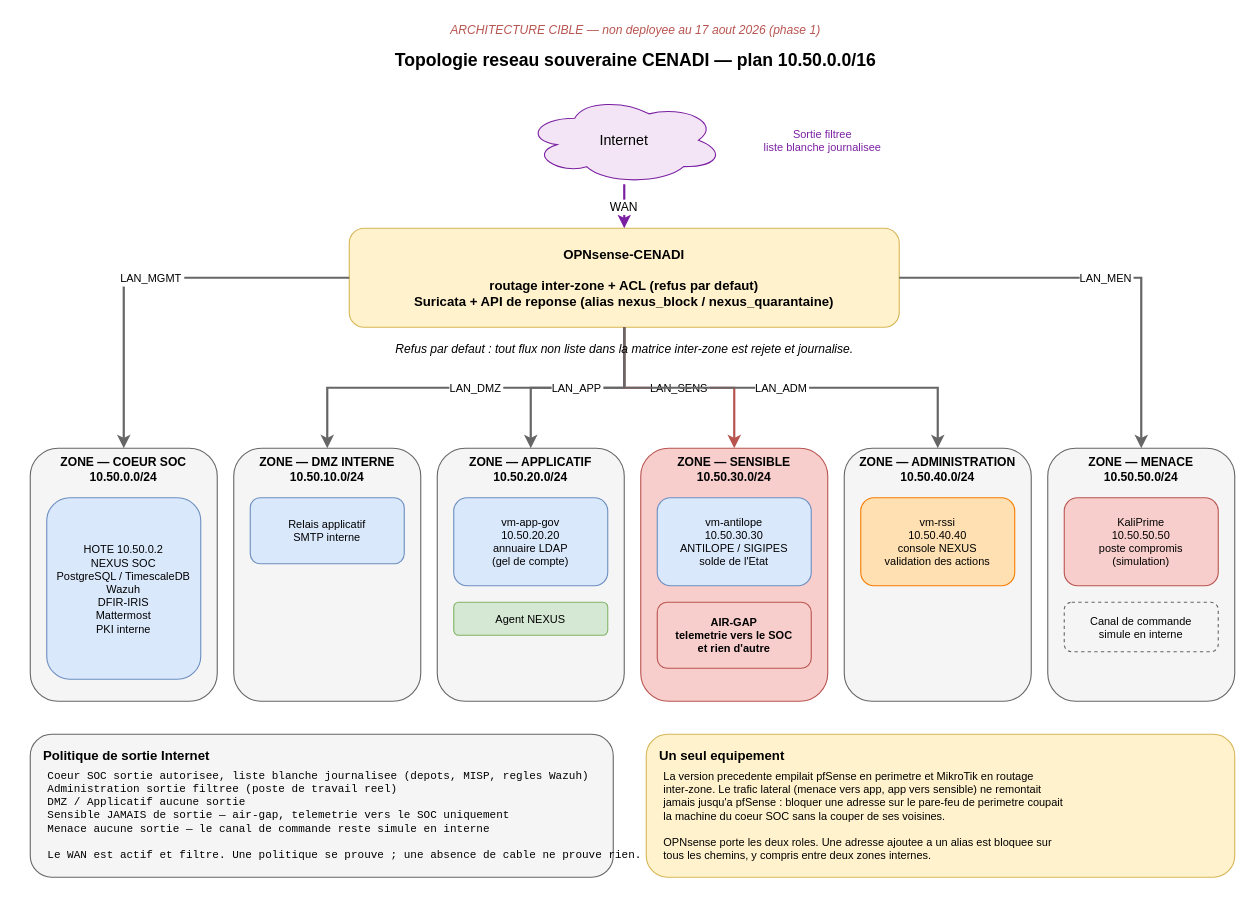
Earlier version of the draw.io diagram 00_Documents/figures/topologie-reseau-souveraine.drawio (NOX-Theteenager/NEXUS_SOC). Source tidied: cells renumbered, new cells numbered last; positions are measured from the earlier drawing's top-left corner, leaving out a move shared by most shapes. Both pictures are drawn from the tidied source at 110%, with x=0, y=0 at pixel (30, 19).
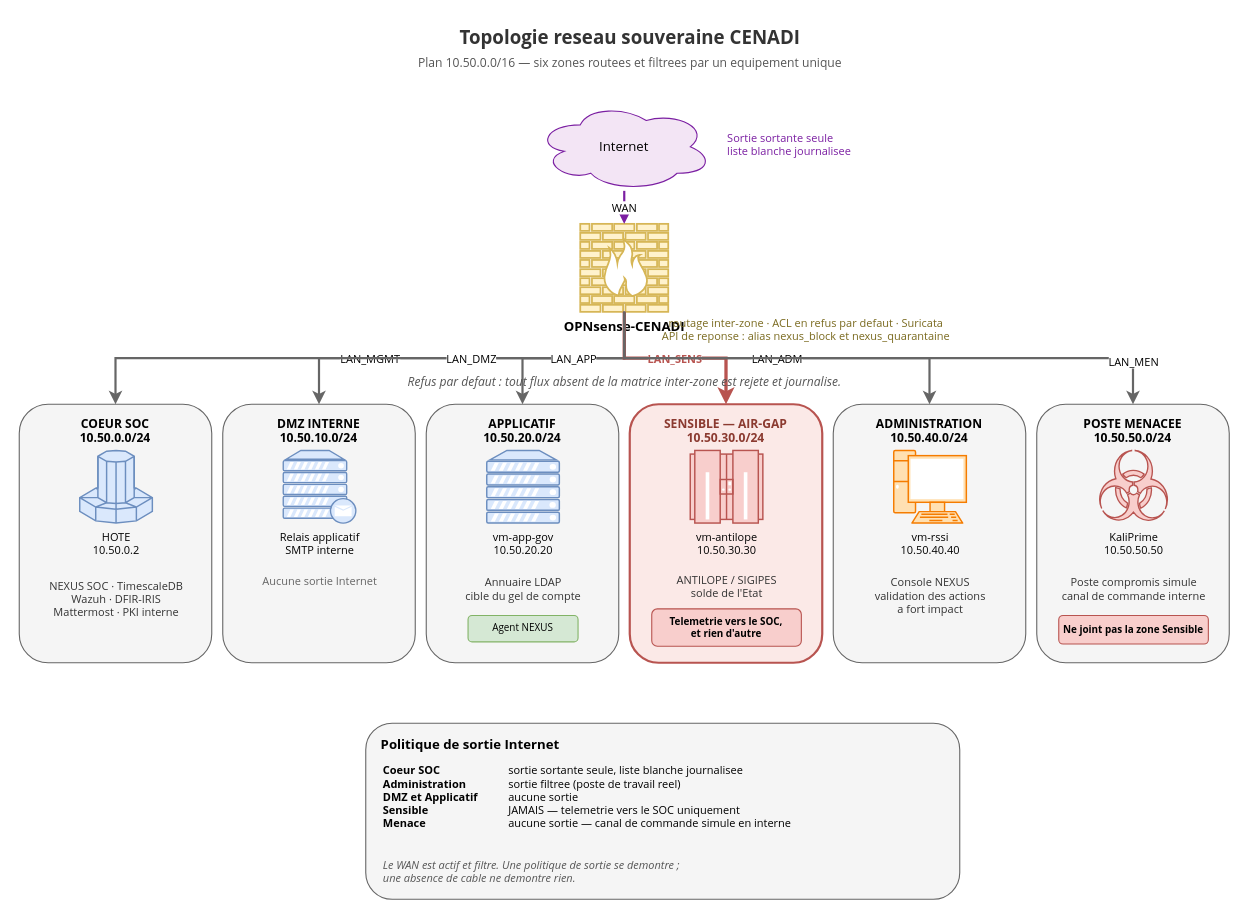
The same page after the edit.

Diff of the diagram source:
```diff
@@
-    <mxCell id="2" value="ARCHITECTURE CIBLE — non deployee au 17 aout 2026 (phase 1)" style="text;html=1;align=center;verticalAlign=middle;fontSize=11;fontStyle=2;fontColor=#b85450;" parent="1" vertex="1">
-      <mxGeometry x="300" width="500" height="20" as="geometry" />
+    <mxCell id="2" value="Topologie reseau souveraine CENADI" style="text;html=1;align=center;verticalAlign=middle;fontSize=17;fontStyle=1;fontColor=#333333;fontFamily=Segoe UI;" parent="1" vertex="1">
+      <mxGeometry x="245" y="4" width="600" height="26" as="geometry" />
     </mxCell>
-    <mxCell id="3" value="Topologie reseau souveraine CENADI — plan 10.50.0.0/16" style="text;html=1;align=center;verticalAlign=middle;fontSize=16;fontStyle=1;" parent="1" vertex="1">
-      <mxGeometry x="300" y="22" width="500" height="30" as="geometry" />
+    <mxCell id="3" value="Plan 10.50.0.0/16 — six zones routees et filtrees par un equipement unique" style="text;html=1;align=center;verticalAlign=middle;fontSize=11;fontColor=#555555;fontFamily=Segoe UI;" parent="1" vertex="1">
+      <mxGeometry x="245" y="30" width="600" height="18" as="geometry" />
     </mxCell>
-    <mxCell id="4" value="Internet" style="ellipse;shape=cloud;whiteSpace=wrap;html=1;fillColor=#f3e5f5;strokeColor=#7b1fa2;fontSize=13;" parent="1" vertex="1">
-      <mxGeometry x="450" y="70" width="180" height="80" as="geometry" />
-    </mxCell>
-    <mxCell id="5" value="Sortie filtree&#10;liste blanche journalisee" style="text;html=1;align=center;verticalAlign=middle;fontSize=10;fontColor=#7b1fa2;" parent="1" vertex="1">
-      <mxGeometry x="640" y="90" width="160" height="40" as="geometry" />
-    </mxCell>
-    <mxCell id="6" value="OPNsense-CENADI&#10;&#10;routage inter-zone + ACL (refus par defaut)&#10;Suricata + API de reponse (alias nexus_block / nexus_quarantaine)" style="rounded=1;whiteSpace=wrap;html=1;fillColor=#fff2cc;strokeColor=#d6b656;fontSize=12;fontStyle=1;verticalAlign=middle;" parent="1" vertex="1">
-      <mxGeometry x="290" y="190" width="500" height="90" as="geometry" />
-    </mxCell>
-    <mxCell id="7" value="WAN" style="edgeStyle=orthogonalEdgeStyle;rounded=0;endArrow=classic;endFill=1;strokeColor=#7b1fa2;strokeWidth=2;fontSize=11;" parent="1" edge="1" source="4" target="6">
-      <mxGeometry relative="1" as="geometry" />
-    </mxCell>
-    <mxCell id="8" value="ZONE — COEUR SOC&#10;10.50.0.0/24" style="rounded=1;whiteSpace=wrap;html=1;fillColor=#f5f5f5;strokeColor=#666666;fontSize=11;fontStyle=1;verticalAlign=top;" parent="1" vertex="1">
-      <mxGeometry y="390" width="170" height="230" as="geometry" />
+    <mxCell id="8" value="Internet" style="shape=cloud;whiteSpace=wrap;html=1;fillColor=#f3e5f5;strokeColor=#7b1fa2;fontSize=12;fontFamily=Segoe UI;" parent="1" vertex="1">
+      <mxGeometry x="460" y="76" width="160" height="80" as="geometry" />
     </mxCell>
-    <mxCell id="9" value="HOTE 10.50.0.2&#10;NEXUS SOC&#10;PostgreSQL / TimescaleDB&#10;Wazuh&#10;DFIR-IRIS&#10;Mattermost&#10;PKI interne" style="rounded=1;whiteSpace=wrap;html=1;fillColor=#dae8fc;strokeColor=#6c8ebf;fontSize=10;" parent="8" vertex="1">
-      <mxGeometry x="15" y="45" width="140" height="165" as="geometry" />
+    <mxCell id="9" value="Sortie sortante seule&#10;liste blanche journalisee" style="text;html=1;align=left;verticalAlign=middle;fontSize=10;fontColor=#7b1fa2;fontFamily=Segoe UI;" parent="1" vertex="1">
+      <mxGeometry x="632" y="96" width="170" height="34" as="geometry" />
     </mxCell>
-    <mxCell id="10" value="ZONE — DMZ INTERNE&#10;10.50.10.0/24" style="rounded=1;whiteSpace=wrap;html=1;fillColor=#f5f5f5;strokeColor=#666666;fontSize=11;fontStyle=1;verticalAlign=top;" parent="1" vertex="1">
-      <mxGeometry x="185" y="390" width="170" height="230" as="geometry" />
+    <mxCell id="10" value="OPNsense-CENADI" style="html=1;outlineConnect=0;gradientColor=none;gradientDirection=north;strokeWidth=2;verticalLabelPosition=bottom;verticalAlign=top;labelPosition=center;align=center;fontSize=12;fontStyle=1;fontFamily=Segoe UI;fillColor=#fff2cc;strokeColor=#d6b656;shape=mxgraph.networks.firewall;" parent="1" vertex="1">
+      <mxGeometry x="500" y="186" width="80" height="80" as="geometry" />
     </mxCell>
-    <mxCell id="11" value="Relais applicatif&#10;SMTP interne" style="rounded=1;whiteSpace=wrap;html=1;fillColor=#dae8fc;strokeColor=#6c8ebf;fontSize=10;" parent="10" vertex="1">
-      <mxGeometry x="15" y="45" width="140" height="60" as="geometry" />
+    <mxCell id="11" value="routage inter-zone · ACL en refus par defaut · Suricata&#10;API de reponse : alias nexus_block et nexus_quarantaine" style="text;html=1;align=center;verticalAlign=middle;fontSize=10;fontColor=#7a6a1f;fontFamily=Segoe UI;" parent="1" vertex="1">
+      <mxGeometry x="505" y="266" width="400" height="30" as="geometry" />
     </mxCell>
-    <mxCell id="12" value="ZONE — APPLICATIF&#10;10.50.20.0/24" style="rounded=1;whiteSpace=wrap;html=1;fillColor=#f5f5f5;strokeColor=#666666;fontSize=11;fontStyle=1;verticalAlign=top;" parent="1" vertex="1">
-      <mxGeometry x="370" y="390" width="170" height="230" as="geometry" />
-    </mxCell>
-    <mxCell id="13" value="vm-app-gov&#10;10.50.20.20&#10;annuaire LDAP&#10;(gel de compte)" style="rounded=1;whiteSpace=wrap;html=1;fillColor=#dae8fc;strokeColor=#6c8ebf;fontSize=10;" parent="12" vertex="1">
-      <mxGeometry x="15" y="45" width="140" height="80" as="geometry" />
-    </mxCell>
+    <mxCell id="7" value="WAN" style="edgeStyle=orthogonalEdgeStyle;rounded=0;html=1;endArrow=classic;endFill=1;strokeColor=#7b1fa2;strokeWidth=2;fontSize=10;fontFamily=Segoe UI;labelBackgroundColor=#ffffff;" parent="1" edge="1" source="8" target="10">
+      <mxGeometry relative="1" as="geometry" />
+    </mxCell>
+    <mxCell id="34" value="COEUR SOC&#10;10.50.0.0/24" style="rounded=1;whiteSpace=wrap;html=1;fillColor=#f5f5f5;strokeColor=#666666;fontSize=11;fontStyle=1;fontFamily=Segoe UI;verticalAlign=top;spacingTop=4;" parent="1" vertex="1">
+      <mxGeometry x="-10" y="350" width="175" height="235" as="geometry" />
+    </mxCell>
+    <mxCell id="35" value="HOTE&#10;10.50.0.2" style="html=1;gradientColor=none;gradientDirection=north;strokeWidth=2;verticalLabelPosition=bottom;verticalAlign=top;labelPosition=center;align=center;fontSize=10;fontFamily=Segoe UI;fillColor=#dae8fc;strokeColor=#6c8ebf;shape=mxgraph.networks.supercomputer;" parent="34" vertex="1">
+      <mxGeometry x="55" y="42" width="66" height="66" as="geometry" />
+    </mxCell>
+    <mxCell id="36" value="NEXUS SOC · TimescaleDB&#10;Wazuh · DFIR-IRIS&#10;Mattermost · PKI interne" style="text;html=1;align=center;verticalAlign=middle;fontSize=10;fontFamily=Segoe UI;fontColor=#333333;" parent="34" vertex="1">
+      <mxGeometry x="8" y="150" width="160" height="52" as="geometry" />
+    </mxCell>
+    <mxCell id="37" value="DMZ INTERNE&#10;10.50.10.0/24" style="rounded=1;whiteSpace=wrap;html=1;fillColor=#f5f5f5;strokeColor=#666666;fontSize=11;fontStyle=1;fontFamily=Segoe UI;verticalAlign=top;spacingTop=4;" parent="1" vertex="1">
+      <mxGeometry x="175" y="350" width="175" height="235" as="geometry" />
+    </mxCell>
+    <mxCell id="38" value="Relais applicatif&#10;SMTP interne" style="html=1;gradientColor=none;gradientDirection=north;strokeWidth=2;verticalLabelPosition=bottom;verticalAlign=top;labelPosition=center;align=center;fontSize=10;fontFamily=Segoe UI;fillColor=#dae8fc;strokeColor=#6c8ebf;shape=mxgraph.networks.mail_server;" parent="37" vertex="1">
+      <mxGeometry x="55" y="42" width="66" height="66" as="geometry" />
+    </mxCell>
+    <mxCell id="39" value="Aucune sortie Internet" style="text;html=1;align=center;verticalAlign=middle;fontSize=10;fontFamily=Segoe UI;fontColor=#666666;" parent="37" vertex="1">
+      <mxGeometry x="8" y="150" width="160" height="20" as="geometry" />
+    </mxCell>
+    <mxCell id="40" value="APPLICATIF&#10;10.50.20.0/24" style="rounded=1;whiteSpace=wrap;html=1;fillColor=#f5f5f5;strokeColor=#666666;fontSize=11;fontStyle=1;fontFamily=Segoe UI;verticalAlign=top;spacingTop=4;" parent="1" vertex="1">
+      <mxGeometry x="360" y="350" width="175" height="235" as="geometry" />
+    </mxCell>
+    <mxCell id="41" value="vm-app-gov&#10;10.50.20.20" style="html=1;gradientColor=none;gradientDirection=north;strokeWidth=2;verticalLabelPosition=bottom;verticalAlign=top;labelPosition=center;align=center;fontSize=10;fontFamily=Segoe UI;fillColor=#dae8fc;strokeColor=#6c8ebf;shape=mxgraph.networks.server;" parent="40" vertex="1">
+      <mxGeometry x="55" y="42" width="66" height="66" as="geometry" />
+    </mxCell>
+    <mxCell id="42" value="Annuaire LDAP&#10;cible du gel de compte" style="text;html=1;align=center;verticalAlign=middle;fontSize=10;fontFamily=Segoe UI;fontColor=#333333;" parent="40" vertex="1">
+      <mxGeometry x="8" y="150" width="160" height="34" as="geometry" />
+    </mxCell>
-    <mxCell id="14" value="Agent NEXUS" style="rounded=1;whiteSpace=wrap;html=1;fillColor=#d5e8d4;strokeColor=#82b366;fontSize=10;" parent="12" vertex="1">
-      <mxGeometry x="15" y="140" width="140" height="30" as="geometry" />
+    <mxCell id="14" value="Agent NEXUS" style="rounded=1;whiteSpace=wrap;html=1;fillColor=#d5e8d4;strokeColor=#82b366;fontSize=9;fontFamily=Segoe UI;" parent="40" vertex="1">
+      <mxGeometry x="38" y="192" width="100" height="24" as="geometry" />
     </mxCell>
-    <mxCell id="15" value="ZONE — SENSIBLE&#10;10.50.30.0/24" style="rounded=1;whiteSpace=wrap;html=1;fillColor=#f8cecc;strokeColor=#b85450;fontSize=11;fontStyle=1;verticalAlign=top;" parent="1" vertex="1">
-      <mxGeometry x="555" y="390" width="170" height="230" as="geometry" />
-    </mxCell>
-    <mxCell id="16" value="vm-antilope&#10;10.50.30.30&#10;ANTILOPE / SIGIPES&#10;solde de l'Etat" style="rounded=1;whiteSpace=wrap;html=1;fillColor=#dae8fc;strokeColor=#6c8ebf;fontSize=10;" parent="15" vertex="1">
-      <mxGeometry x="15" y="45" width="140" height="80" as="geometry" />
-    </mxCell>
-    <mxCell id="17" value="AIR-GAP&#10;telemetrie vers le SOC&#10;et rien d'autre" style="rounded=1;whiteSpace=wrap;html=1;fillColor=#f8cecc;strokeColor=#b85450;fontSize=10;fontStyle=1;" parent="15" vertex="1">
-      <mxGeometry x="15" y="140" width="140" height="60" as="geometry" />
-    </mxCell>
-    <mxCell id="18" value="ZONE — ADMINISTRATION&#10;10.50.40.0/24" style="rounded=1;whiteSpace=wrap;html=1;fillColor=#f5f5f5;strokeColor=#666666;fontSize=11;fontStyle=1;verticalAlign=top;" parent="1" vertex="1">
-      <mxGeometry x="740" y="390" width="170" height="230" as="geometry" />
-    </mxCell>
-    <mxCell id="19" value="vm-rssi&#10;10.50.40.40&#10;console NEXUS&#10;validation des actions" style="rounded=1;whiteSpace=wrap;html=1;fillColor=#ffe0b2;strokeColor=#f57c00;fontSize=10;" parent="18" vertex="1">
-      <mxGeometry x="15" y="45" width="140" height="80" as="geometry" />
-    </mxCell>
-    <mxCell id="20" value="ZONE — MENACE&#10;10.50.50.0/24" style="rounded=1;whiteSpace=wrap;html=1;fillColor=#f5f5f5;strokeColor=#666666;fontSize=11;fontStyle=1;verticalAlign=top;" parent="1" vertex="1">
-      <mxGeometry x="925" y="390" width="170" height="230" as="geometry" />
-    </mxCell>
-    <mxCell id="21" value="KaliPrime&#10;10.50.50.50&#10;poste compromis&#10;(simulation)" style="rounded=1;whiteSpace=wrap;html=1;fillColor=#f8cecc;strokeColor=#b85450;fontSize=10;" parent="20" vertex="1">
-      <mxGeometry x="15" y="45" width="140" height="80" as="geometry" />
-    </mxCell>
-    <mxCell id="22" value="Canal de commande&#10;simule en interne" style="rounded=1;whiteSpace=wrap;html=1;fillColor=#f5f5f5;strokeColor=#666666;fontSize=10;dashed=1;" parent="20" vertex="1">
-      <mxGeometry x="15" y="140" width="140" height="45" as="geometry" />
-    </mxCell>
+    <mxCell id="43" value="SENSIBLE — AIR-GAP&#10;10.50.30.0/24" style="rounded=1;whiteSpace=wrap;html=1;fillColor=#fbe9e7;strokeColor=#b85450;strokeWidth=2;fontSize=11;fontStyle=1;fontFamily=Segoe UI;fontColor=#8b3a30;verticalAlign=top;spacingTop=4;" parent="1" vertex="1">
+      <mxGeometry x="545" y="350" width="175" height="235" as="geometry" />
+    </mxCell>
+    <mxCell id="44" value="vm-antilope&#10;10.50.30.30" style="html=1;gradientColor=none;gradientDirection=north;strokeWidth=2;verticalLabelPosition=bottom;verticalAlign=top;labelPosition=center;align=center;fontSize=10;fontFamily=Segoe UI;fillColor=#f8cecc;strokeColor=#b85450;shape=mxgraph.networks.mainframe;" parent="43" vertex="1">
+      <mxGeometry x="55" y="42" width="66" height="66" as="geometry" />
+    </mxCell>
+    <mxCell id="45" value="ANTILOPE / SIGIPES&#10;solde de l'Etat" style="text;html=1;align=center;verticalAlign=middle;fontSize=10;fontFamily=Segoe UI;fontColor=#333333;" parent="43" vertex="1">
+      <mxGeometry x="8" y="150" width="160" height="30" as="geometry" />
+    </mxCell>
+    <mxCell id="46" value="Telemetrie vers le SOC,&#10;et rien d'autre" style="rounded=1;whiteSpace=wrap;html=1;fillColor=#f8cecc;strokeColor=#b85450;fontSize=9;fontStyle=1;fontFamily=Segoe UI;" parent="43" vertex="1">
+      <mxGeometry x="20" y="186" width="136" height="34" as="geometry" />
+    </mxCell>
+    <mxCell id="47" value="ADMINISTRATION&#10;10.50.40.0/24" style="rounded=1;whiteSpace=wrap;html=1;fillColor=#f5f5f5;strokeColor=#666666;fontSize=11;fontStyle=1;fontFamily=Segoe UI;verticalAlign=top;spacingTop=4;" parent="1" vertex="1">
+      <mxGeometry x="730" y="350" width="175" height="235" as="geometry" />
+    </mxCell>
+    <mxCell id="48" value="vm-rssi&#10;10.50.40.40" style="html=1;gradientColor=none;gradientDirection=north;strokeWidth=2;verticalLabelPosition=bottom;verticalAlign=top;labelPosition=center;align=center;fontSize=10;fontFamily=Segoe UI;fillColor=#ffe0b2;strokeColor=#f57c00;shape=mxgraph.networks.pc;" parent="47" vertex="1">
+      <mxGeometry x="55" y="42" width="66" height="66" as="geometry" />
+    </mxCell>
+    <mxCell id="49" value="Console NEXUS&#10;validation des actions&#10;a fort impact" style="text;html=1;align=center;verticalAlign=middle;fontSize=10;fontFamily=Segoe UI;fontColor=#333333;" parent="47" vertex="1">
+      <mxGeometry x="8" y="150" width="160" height="46" as="geometry" />
+    </mxCell>
+    <mxCell id="50" value="POSTE MENACEE&lt;br&gt;10.50.50.0/24" style="rounded=1;whiteSpace=wrap;html=1;fillColor=#f5f5f5;strokeColor=#666666;fontSize=11;fontStyle=1;fontFamily=Segoe UI;verticalAlign=top;spacingTop=4;" parent="1" vertex="1">
+      <mxGeometry x="915" y="350" width="175" height="235" as="geometry" />
+    </mxCell>
+    <mxCell id="51" value="KaliPrime&#10;10.50.50.50" style="html=1;gradientColor=none;gradientDirection=north;strokeWidth=2;verticalLabelPosition=bottom;verticalAlign=top;labelPosition=center;align=center;fontSize=10;fontFamily=Segoe UI;fillColor=#f8cecc;strokeColor=#b85450;shape=mxgraph.networks.virus;" parent="50" vertex="1">
+      <mxGeometry x="55" y="42" width="66" height="66" as="geometry" />
+    </mxCell>
+    <mxCell id="52" value="Poste compromis simule&#10;canal de commande interne" style="text;html=1;align=center;verticalAlign=middle;fontSize=10;fontFamily=Segoe UI;fontColor=#333333;" parent="50" vertex="1">
+      <mxGeometry x="8" y="150" width="160" height="34" as="geometry" />
+    </mxCell>
+    <mxCell id="53" value="Ne joint pas la zone Sensible" style="rounded=1;whiteSpace=wrap;html=1;fillColor=#f8cecc;strokeColor=#b85450;fontSize=9;fontStyle=1;fontFamily=Segoe UI;" parent="50" vertex="1">
+      <mxGeometry x="20" y="192" width="136" height="26" as="geometry" />
+    </mxCell>
-    <mxCell id="23" value="LAN_MGMT" style="edgeStyle=orthogonalEdgeStyle;rounded=0;endArrow=classic;endFill=1;strokeColor=#666666;strokeWidth=2;fontSize=10;" parent="1" edge="1" source="6" target="8">
+    <mxCell id="23" value="LAN_MGMT" style="edgeStyle=orthogonalEdgeStyle;rounded=0;html=1;endArrow=classic;endFill=1;strokeColor=#666666;strokeWidth=2;fontSize=10;fontFamily=Segoe UI;labelBackgroundColor=#ffffff;exitX=0.5;exitY=1;exitDx=0;exitDy=0;" parent="1" edge="1" source="10" target="34">
       <mxGeometry relative="1" as="geometry" />
     </mxCell>
-    <mxCell id="24" value="LAN_DMZ" style="edgeStyle=orthogonalEdgeStyle;rounded=0;endArrow=classic;endFill=1;strokeColor=#666666;strokeWidth=2;fontSize=10;" parent="1" edge="1" source="6" target="10">
+    <mxCell id="24" value="LAN_DMZ" style="edgeStyle=orthogonalEdgeStyle;rounded=0;html=1;endArrow=classic;endFill=1;strokeColor=#666666;strokeWidth=2;fontSize=10;fontFamily=Segoe UI;labelBackgroundColor=#ffffff;exitX=0.5;exitY=1;exitDx=0;exitDy=0;" parent="1" edge="1" source="10" target="37">
       <mxGeometry relative="1" as="geometry" />
     </mxCell>
-    <mxCell id="25" value="LAN_APP" style="edgeStyle=orthogonalEdgeStyle;rounded=0;endArrow=classic;endFill=1;strokeColor=#666666;strokeWidth=2;fontSize=10;" parent="1" edge="1" source="6" target="12">
+    <mxCell id="25" value="LAN_APP" style="edgeStyle=orthogonalEdgeStyle;rounded=0;html=1;endArrow=classic;endFill=1;strokeColor=#666666;strokeWidth=2;fontSize=10;fontFamily=Segoe UI;labelBackgroundColor=#ffffff;exitX=0.5;exitY=1;exitDx=0;exitDy=0;" parent="1" edge="1" source="10" target="40">
       <mxGeometry relative="1" as="geometry" />
     </mxCell>
-    <mxCell id="26" value="LAN_SENS" style="edgeStyle=orthogonalEdgeStyle;rounded=0;endArrow=classic;endFill=1;strokeColor=#b85450;strokeWidth=2;fontSize=10;" parent="1" edge="1" source="6" target="15">
+    <mxCell id="26" value="LAN_SENS" style="edgeStyle=orthogonalEdgeStyle;rounded=0;html=1;endArrow=classic;endFill=1;strokeColor=#b85450;strokeWidth=3;fontSize=10;fontStyle=1;fontFamily=Segoe UI;labelBackgroundColor=#ffffff;fontColor=#b85450;exitX=0.5;exitY=1;exitDx=0;exitDy=0;" parent="1" edge="1" source="10" target="43">
       <mxGeometry relative="1" as="geometry" />
     </mxCell>
-    <mxCell id="27" value="LAN_ADM" style="edgeStyle=orthogonalEdgeStyle;rounded=0;endArrow=classic;endFill=1;strokeColor=#666666;strokeWidth=2;fontSize=10;" parent="1" edge="1" source="6" target="18">
+    <mxCell id="27" value="LAN_ADM" style="edgeStyle=orthogonalEdgeStyle;rounded=0;html=1;endArrow=classic;endFill=1;strokeColor=#666666;strokeWidth=2;fontSize=10;fontFamily=Segoe UI;labelBackgroundColor=#ffffff;exitX=0.5;exitY=1;exitDx=0;exitDy=0;" parent="1" edge="1" source="10" target="47">
       <mxGeometry relative="1" as="geometry" />
     </mxCell>
-    <mxCell id="28" value="LAN_MEN" style="edgeStyle=orthogonalEdgeStyle;rounded=0;endArrow=classic;endFill=1;strokeColor=#666666;strokeWidth=2;fontSize=10;" parent="1" edge="1" source="6" target="20">
-      <mxGeometry relative="1" as="geometry" />
+    <mxCell id="28" value="LAN_MEN" style="edgeStyle=orthogonalEdgeStyle;rounded=0;html=1;endArrow=classic;endFill=1;strokeColor=#666666;strokeWidth=2;fontSize=10;fontFamily=Segoe UI;labelBackgroundColor=#ffffff;exitX=0.5;exitY=1;exitDx=0;exitDy=0;" parent="1" edge="1" source="10" target="50">
+      <mxGeometry x="0.85" relative="1" as="geometry">
+        <mxPoint y="1" as="offset" />
+      </mxGeometry>
     </mxCell>
-    <mxCell id="29" value="Politique de sortie Internet" style="rounded=1;whiteSpace=wrap;html=1;fillColor=#f5f5f5;strokeColor=#666666;fontSize=12;fontStyle=1;verticalAlign=top;align=left;spacingLeft=10;spacingTop=6;" parent="1" vertex="1">
-      <mxGeometry y="650" width="530" height="130" as="geometry" />
+    <mxCell id="29" value="Politique de sortie Internet" style="rounded=1;whiteSpace=wrap;html=1;fillColor=#f5f5f5;strokeColor=#666666;fontSize=12;fontStyle=1;fontFamily=Segoe UI;verticalAlign=top;align=left;spacingLeft=12;spacingTop=6;" parent="1" vertex="1">
+      <mxGeometry x="305" y="640" width="540" height="160" as="geometry" />
     </mxCell>
-    <mxCell id="30" value="Coeur SOC        sortie autorisee, liste blanche journalisee (depots, MISP, regles Wazuh)&#10;Administration   sortie filtree (poste de travail reel)&#10;DMZ / Applicatif  aucune sortie&#10;Sensible         JAMAIS de sortie — air-gap, telemetrie vers le SOC uniquement&#10;Menace           aucune sortie — le canal de commande reste simule en interne&#10;&#10;Le WAN est actif et filtre. Une politique se prouve ; une absence de cable ne prouve rien." style="text;html=1;align=left;verticalAlign=top;fontSize=10;fontFamily=Courier New;spacingLeft=4;" parent="29" vertex="1">
-      <mxGeometry x="10" y="26" width="510" height="100" as="geometry" />
-    </mxCell>
-    <mxCell id="31" value="Un seul equipement" style="rounded=1;whiteSpace=wrap;html=1;fillColor=#fff2cc;strokeColor=#d6b656;fontSize=12;fontStyle=1;verticalAlign=top;align=left;spacingLeft=10;spacingTop=6;" parent="1" vertex="1">
-      <mxGeometry x="560" y="650" width="535" height="130" as="geometry" />
-    </mxCell>
-    <mxCell id="32" value="La version precedente empilait pfSense en perimetre et MikroTik en routage&#10;inter-zone. Le trafic lateral (menace vers app, app vers sensible) ne remontait&#10;jamais jusqu'a pfSense : bloquer une adresse sur le pare-feu de perimetre coupait&#10;la machine du coeur SOC sans la couper de ses voisines.&#10;&#10;OPNsense porte les deux roles. Une adresse ajoutee a un alias est bloquee sur&#10;tous les chemins, y compris entre deux zones internes." style="text;html=1;align=left;verticalAlign=top;fontSize=10;spacingLeft=4;" parent="31" vertex="1">
-      <mxGeometry x="10" y="26" width="515" height="100" as="geometry" />
-    </mxCell>
-    <mxCell id="33" value="Refus par defaut : tout flux non liste dans la matrice inter-zone est rejete et journalise." style="text;html=1;align=center;verticalAlign=middle;fontSize=11;fontStyle=2;" parent="1" vertex="1">
-      <mxGeometry x="290" y="290" width="500" height="20" as="geometry" />
-    </mxCell>
+    <mxCell id="54" value="Coeur SOC&#10;Administration&#10;DMZ et Applicatif&#10;Sensible&#10;Menace" style="text;html=1;align=left;verticalAlign=top;fontSize=10;fontStyle=1;fontFamily=Segoe UI;" parent="29" vertex="1">
+      <mxGeometry x="14" y="30" width="110" height="80" as="geometry" />
+    </mxCell>
+    <mxCell id="55" value="sortie sortante seule, liste blanche journalisee&#10;sortie filtree (poste de travail reel)&#10;aucune sortie&#10;JAMAIS — telemetrie vers le SOC uniquement&#10;aucune sortie — canal de commande simule en interne" style="text;html=1;align=left;verticalAlign=top;fontSize=10;fontFamily=Segoe UI;" parent="29" vertex="1">
+      <mxGeometry x="128" y="30" width="400" height="80" as="geometry" />
+    </mxCell>
+    <mxCell id="56" value="Le WAN est actif et filtre. Une politique de sortie se demontre ;&#10;une absence de cable ne demontre rien." style="text;html=1;align=left;verticalAlign=top;fontSize=10;fontStyle=2;fontFamily=Segoe UI;fontColor=#555555;" parent="29" vertex="1">
+      <mxGeometry x="14" y="116" width="500" height="34" as="geometry" />
+    </mxCell>
+    <mxCell id="57" value="Refus par defaut : tout flux absent de la matrice inter-zone est rejete et journalise." style="text;html=1;align=center;verticalAlign=middle;fontSize=11;fontStyle=2;fontFamily=Segoe UI;fontColor=#555555;" parent="1" vertex="1">
+      <mxGeometry x="290" y="320" width="500" height="18" as="geometry" />
+    </mxCell>
```
